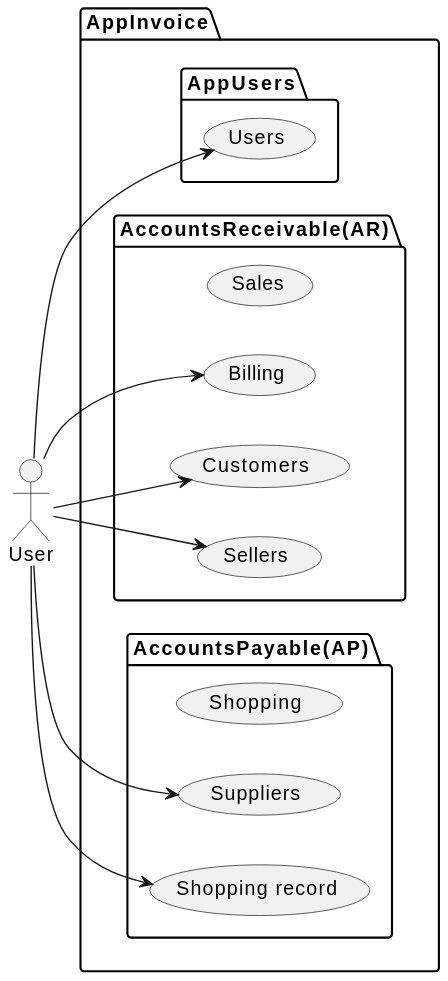
The PlantUML diagram src/main/java/uml/UseCase.svg in cgedler/AppInvoice-Back, before a commit.
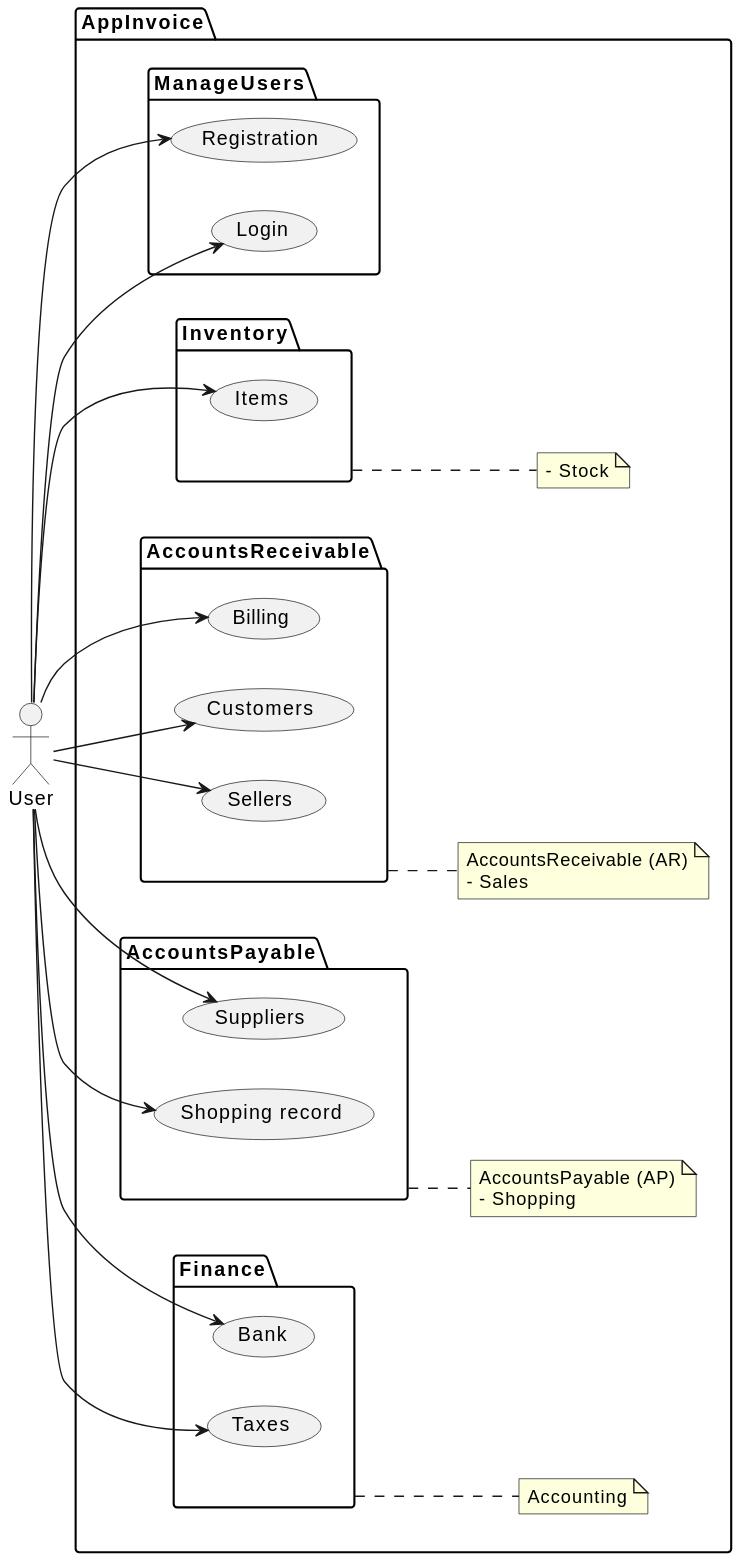
Later version of the same file.

Commit message:
Add Audit package 13-03-2024 commit

What changed in the source:
```diff
@@ -3,12 +3,23 @@
 left to right direction
 package AppInvoice {
 
-package AppUsers {
-(Users) as users
-user --> users
+package ManageUsers {
+(Registration) as register
+(Login) as login
+user --> register
+user --> login
 }
-package AccountsReceivable(AR) {
-(Sales)
+
+package Inventory {
+(Items) as items
+user --> items
+}
+
+note right of (Inventory)
+- Stock
+end note
+
+package AccountsReceivable {
 usecase "Billing" as bi
 usecase "Customers" as cus
 usecase "Sellers" as sel
@@ -17,13 +28,33 @@
 user --> sel
 }
 
-package AccountsPayable(AP) {
-(Shopping)
+note right of (AccountsReceivable)
+AccountsReceivable (AR)
+- Sales
+end note
+
+package AccountsPayable {
 (Suppliers) as supl
 (Shopping record) as shop
 user --> supl
 user --> shop
 }
 
+note right of (AccountsPayable)
+AccountsPayable (AP)
+- Shopping
+end note
+
+package Finance {
+(Bank) as bank
+(Taxes) as taxes
+user --> bank
+user --> taxes
+}
+
+note right of (Finance)
+Accounting
+end note
+
 }
 @enduml
```
